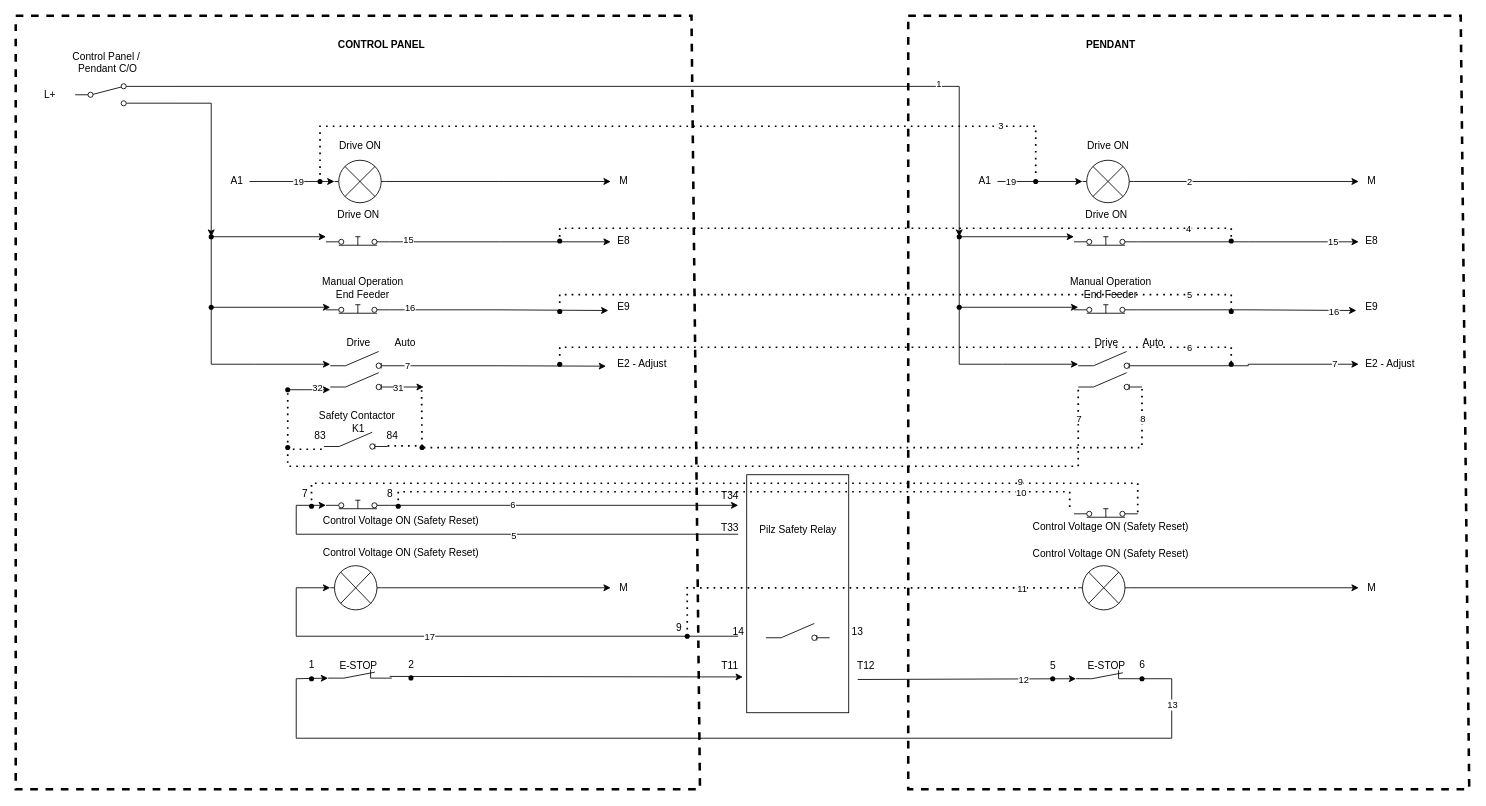
Before: 176 Pendant.drawio in nicholas-carnie/Nicks-files, a draw.io diagram. Source tidied: cells renumbered, new cells numbered last; positions are measured from the earlier drawing's top-left corner, leaving out a move shared by most shapes. Both pictures are drawn from the tidied source at 85%, with x=0, y=0 at pixel (15, 15).
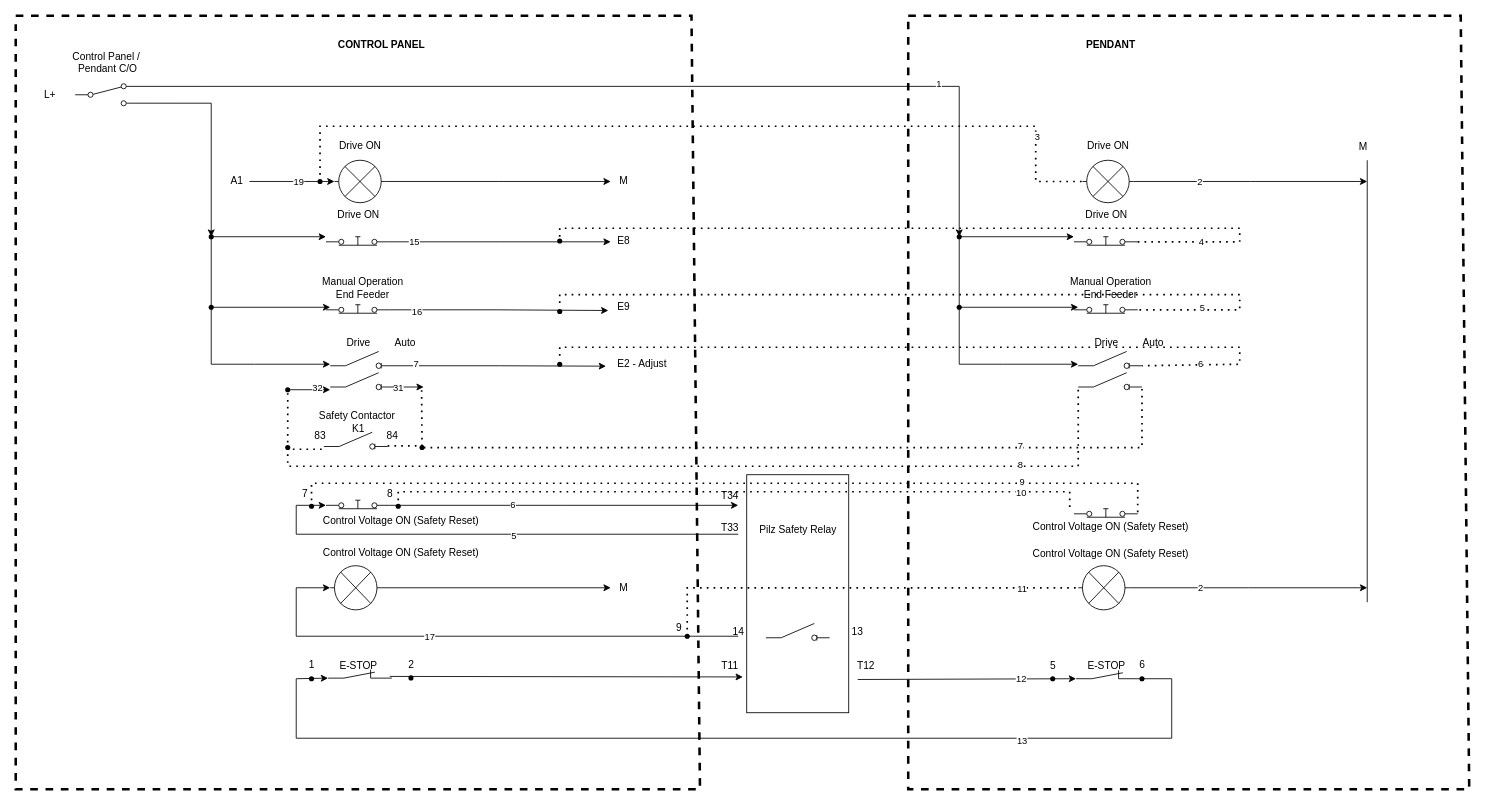
Above is the later version.

Unchanged cells that the change refers to:
```xml
<mxCell id="2" style="edgeStyle=orthogonalEdgeStyle;rounded=0;jettySize=auto;html=1;exitX=1;exitY=0.8;exitDx=0;exitDy=0;" parent="1" edge="1" source="4">
  <mxGeometry relative="1" as="geometry">
    <mxPoint x="700" y="266" as="targetPoint" />
  </mxGeometry>
</mxCell>
<mxCell id="33" style="edgeStyle=orthogonalEdgeStyle;rounded=0;jettySize=auto;html=1;exitX=1;exitY=0.8;exitDx=0;exitDy=0;entryX=0.055;entryY=0.627;entryDx=0;entryDy=0;entryPerimeter=0;" parent="1" edge="1" source="28" target="30">
  <mxGeometry relative="1" as="geometry" />
</mxCell>
<mxCell id="49" style="endArrow=classic;html=1;rounded=0;entryX=0;entryY=1;entryDx=0;entryDy=0;entryPerimeter=0;exitX=1;exitY=1;exitDx=0;exitDy=0;exitPerimeter=0;" parent="1" edge="1" source="91" target="31">
  <mxGeometry relative="1" as="geometry">
    <Array as="points">
      <mxPoint x="1360" y="780" />
      <mxPoint x="1360" y="850" />
      <mxPoint x="330" y="850" />
      <mxPoint x="330" y="780" />
    </Array>
  </mxGeometry>
</mxCell>
<mxCell id="71" style="html=1;shape=mxgraph.electrical.electro-mechanical.pushbutton;elSwitchState=on;" parent="1" vertex="1">
  <mxGeometry x="1245" y="250" width="75" height="20" as="geometry" />
</mxCell>
<mxCell id="86" style="html=1;shape=mxgraph.electrical.electro-mechanical.switchDisconnector;elSwitchState=off;" parent="1" vertex="1">
  <mxGeometry x="1250" y="395" width="75" height="20" as="geometry" />
</mxCell>
<mxCell id="87" style="html=1;shape=mxgraph.electrical.electro-mechanical.switchDisconnector;elSwitchState=off;" parent="1" vertex="1">
  <mxGeometry x="1250" y="420" width="75" height="20" as="geometry" />
</mxCell>
<mxCell id="88" style="html=1;shape=mxgraph.electrical.electro-mechanical.pushbutton;elSwitchState=on;" parent="1" vertex="1">
  <mxGeometry x="1245" y="330" width="75" height="20" as="geometry" />
</mxCell>
<mxCell id="95" style="endArrow=classic;html=1;rounded=0;entryX=0;entryY=1;entryDx=0;entryDy=0;entryPerimeter=0;exitX=0.265;exitY=1.052;exitDx=0;exitDy=0;exitPerimeter=0;" parent="1" edge="1" target="91">
  <mxGeometry relative="1" as="geometry">
    <mxPoint x="990.6" y="780.9" as="sourcePoint" />
  </mxGeometry>
</mxCell>
<mxCell id="99" style="verticalLabelPosition=bottom;shadow=0;dashed=0;align=center;html=1;verticalAlign=top;shape=mxgraph.electrical.miscellaneous.light_bulb;" parent="1" vertex="1">
  <mxGeometry x="1255" y="170" width="60" height="50" as="geometry" />
</mxCell>
<mxCell id="100" style="verticalLabelPosition=bottom;shadow=0;dashed=0;align=center;html=1;verticalAlign=top;shape=mxgraph.electrical.miscellaneous.light_bulb;" parent="1" vertex="1">
  <mxGeometry x="1250" y="647" width="60" height="52" as="geometry" />
</mxCell>
<mxCell id="111" style="shape=waypoint;sketch=0;fillStyle=solid;size=6;points=[];fillColor=none;perimeter=centerPerimeter;snapToPoint=1;" parent="1" vertex="1">
  <mxGeometry x="348" y="185" width="20" height="20" as="geometry" />
</mxCell>
<mxCell id="119" style="endArrow=none;dashed=1;html=1;dashPattern=1 3;strokeWidth=2;rounded=0;entryX=1;entryY=0.8;entryDx=0;entryDy=0;" parent="1" edge="1" target="72">
  <mxGeometry relative="1" as="geometry">
    <mxPoint x="348" y="570" as="sourcePoint" />
    <Array as="points">
      <mxPoint x="348" y="550" />
      <mxPoint x="1138" y="550" />
      <mxPoint x="1320" y="550" />
    </Array>
  </mxGeometry>
</mxCell>
<mxCell id="124" style="edgeStyle=orthogonalEdgeStyle;rounded=0;jettySize=auto;html=1;exitX=1;exitY=0.84;exitDx=0;exitDy=0;entryX=-0.007;entryY=0.576;entryDx=0;entryDy=0;entryPerimeter=0;" parent="1" edge="1" source="24" target="22">
  <mxGeometry relative="1" as="geometry" />
</mxCell>
<mxCell id="154" style="shape=waypoint;sketch=0;fillStyle=solid;size=6;points=[];fillColor=none;perimeter=centerPerimeter;snapToPoint=1;" parent="1" vertex="1">
  <mxGeometry x="310" y="498" width="20" height="20" as="geometry" />
</mxCell>
<mxCell id="156" style="endArrow=none;dashed=1;html=1;dashPattern=1 3;strokeWidth=2;rounded=0;entryX=1;entryY=0.84;entryDx=0;entryDy=0;" parent="1" edge="1" target="87">
  <mxGeometry relative="1" as="geometry">
    <mxPoint x="480" y="508" as="sourcePoint" />
    <Array as="points">
      <mxPoint x="1325" y="508" />
    </Array>
  </mxGeometry>
</mxCell>
```

The edit, as a diff of the source:
```diff
@@
     <mxCell id="3" value="15" style="edgeLabel;html=1;align=center;verticalAlign=middle;" parent="2" vertex="1">
-      <mxGeometry x="-0.84" y="3" relative="1" as="geometry" />
+      <mxGeometry x="-0.84" y="3" relative="1" as="geometry">
+        <mxPoint x="7" y="2" as="offset" />
+      </mxGeometry>
     </mxCell>
@@
     <mxCell id="34" value="16" style="edgeLabel;html=1;align=center;verticalAlign=middle;" parent="33" vertex="1">
       <mxGeometry x="-0.83" y="3" relative="1" as="geometry">
-        <mxPoint x="1" as="offset" />
+        <mxPoint x="9" y="5" as="offset" />
       </mxGeometry>
     </mxCell>
@@
     <mxCell id="50" value="13" style="edgeLabel;html=1;align=center;verticalAlign=middle;" parent="49" vertex="1">
-      <mxGeometry x="-0.89" relative="1" as="geometry" />
+      <mxGeometry x="-0.89" relative="1" as="geometry">
+        <mxPoint x="-177" y="42" as="offset" />
+      </mxGeometry>
     </mxCell>
@@
-    <mxCell id="69" style="edgeStyle=orthogonalEdgeStyle;rounded=0;jettySize=auto;html=1;exitX=1;exitY=0.8;exitDx=0;exitDy=0;" parent="1" edge="1" source="71">
-      <mxGeometry relative="1" as="geometry">
-        <mxPoint x="1580" y="266" as="targetPoint" />
-      </mxGeometry>
-    </mxCell>
-    <mxCell id="70" value="15" style="edgeLabel;html=1;align=center;verticalAlign=middle;" parent="69" vertex="1">
-      <mxGeometry x="-0.84" y="3" relative="1" as="geometry">
-        <mxPoint x="208" y="2" as="offset" />
-      </mxGeometry>
-    </mxCell>
@@
-    <mxCell id="81" value="E8" style="text;html=1;align=center;verticalAlign=middle;strokeColor=none;fillColor=none;" parent="1" vertex="1">
-      <mxGeometry x="1575" y="250" width="40" height="30" as="geometry" />
-    </mxCell>
-    <mxCell id="82" value="&amp;nbsp;E2 - Adjust" style="text;html=1;align=center;verticalAlign=middle;strokeColor=none;fillColor=none;" parent="1" vertex="1">
-      <mxGeometry x="1575" y="395" width="80" height="30" as="geometry" />
-    </mxCell>
@@
-    <mxCell id="84" style="edgeStyle=orthogonalEdgeStyle;rounded=0;jettySize=auto;html=1;exitX=1;exitY=0.84;exitDx=0;exitDy=0;" parent="1" edge="1" source="86">
-      <mxGeometry relative="1" as="geometry">
-        <mxPoint x="1580" y="410" as="targetPoint" />
-        <Array as="points">
-          <mxPoint x="1450" y="412" />
-          <mxPoint x="1450" y="410" />
-          <mxPoint x="1576" y="410" />
-        </Array>
-      </mxGeometry>
-    </mxCell>
-    <mxCell id="85" value="7" style="edgeLabel;html=1;align=center;verticalAlign=middle;" parent="84" vertex="1">
-      <mxGeometry x="-0.9" y="3" relative="1" as="geometry">
-        <mxPoint x="213" y="1" as="offset" />
-      </mxGeometry>
-    </mxCell>
@@
-    <mxCell id="90" value="E9" style="text;html=1;align=center;verticalAlign=middle;points=[];strokeColor=none;fillColor=none;" parent="1" vertex="1">
-      <mxGeometry x="1575" y="328" width="40" height="30" as="geometry" />
-    </mxCell>
@@
-    <mxCell id="93" style="edgeStyle=orthogonalEdgeStyle;rounded=0;jettySize=auto;html=1;exitX=1;exitY=0.8;exitDx=0;exitDy=0;entryX=0.055;entryY=0.627;entryDx=0;entryDy=0;entryPerimeter=0;" parent="1" edge="1" source="88" target="90">
-      <mxGeometry relative="1" as="geometry" />
-    </mxCell>
-    <mxCell id="94" value="16" style="edgeLabel;html=1;align=center;verticalAlign=middle;" parent="93" vertex="1">
-      <mxGeometry x="-0.83" y="3" relative="1" as="geometry">
-        <mxPoint x="208" y="5" as="offset" />
-      </mxGeometry>
-    </mxCell>
@@
     <mxCell id="96" value="12" style="edgeLabel;html=1;align=center;verticalAlign=middle;" parent="95" vertex="1">
-      <mxGeometry x="0.52" relative="1" as="geometry" />
+      <mxGeometry x="0.52" relative="1" as="geometry">
+        <mxPoint x="-3" y="-1" as="offset" />
+      </mxGeometry>
     </mxCell>
     <mxCell id="97" style="edgeStyle=orthogonalEdgeStyle;rounded=0;jettySize=auto;html=1;exitX=1;exitY=0.5;exitDx=0;exitDy=0;exitPerimeter=0;" parent="1" edge="1" source="99">
       <mxGeometry relative="1" as="geometry">
-        <mxPoint x="1580" y="195" as="targetPoint" />
+        <mxPoint x="1590" y="195" as="targetPoint" />
       </mxGeometry>
     </mxCell>
     <mxCell id="98" value="2" style="edgeLabel;html=1;align=center;verticalAlign=middle;" parent="97" vertex="1">
       <mxGeometry x="0.38" y="1" relative="1" as="geometry">
-        <mxPoint x="-117" y="1" as="offset" />
+        <mxPoint x="-112" y="1" as="offset" />
       </mxGeometry>
     </mxCell>
@@
-    <mxCell id="103" style="endArrow=classic;html=1;rounded=0;entryX=0;entryY=0.5;entryDx=0;entryDy=0;entryPerimeter=0;" parent="1" edge="1" target="99">
-      <mxGeometry relative="1" as="geometry">
-        <mxPoint x="1155" y="195" as="sourcePoint" />
-      </mxGeometry>
-    </mxCell>
-    <mxCell id="104" value="19" style="edgeLabel;html=1;align=center;verticalAlign=middle;" parent="103" vertex="1">
-      <mxGeometry x="0.15" relative="1" as="geometry">
-        <mxPoint x="-42" as="offset" />
-      </mxGeometry>
-    </mxCell>
-    <mxCell id="105" value="A1" style="text;html=1;align=center;verticalAlign=middle;strokeColor=none;fillColor=none;" parent="1" vertex="1">
-      <mxGeometry x="1120" y="180" width="40" height="30" as="geometry" />
-    </mxCell>
-    <mxCell id="106" style="edgeStyle=orthogonalEdgeStyle;rounded=0;jettySize=auto;html=1;exitX=1;exitY=0.5;exitDx=0;exitDy=0;exitPerimeter=0;entryX=0;entryY=0.5;entryDx=0;entryDy=0;entryPerimeter=0;" parent="1" edge="1" source="100" target="107">
-      <mxGeometry relative="1" as="geometry" />
+    <mxCell id="106" style="edgeStyle=orthogonalEdgeStyle;rounded=0;jettySize=auto;html=1;exitX=1;exitY=0.5;exitDx=0;exitDy=0;exitPerimeter=0;" parent="1" edge="1" source="100">
+      <mxGeometry relative="1" as="geometry">
+        <mxPoint x="1590" y="673" as="targetPoint" />
+      </mxGeometry>
     </mxCell>
-    <mxCell id="107" value="M" style="text;html=1;align=center;verticalAlign=middle;points=[];strokeColor=none;fillColor=none;" parent="1" vertex="1">
-      <mxGeometry x="1580" y="658" width="30" height="30" as="geometry" />
-    </mxCell>
+    <mxCell id="161" value="2" style="edgeLabel;html=1;align=center;verticalAlign=middle;" parent="106" vertex="1">
+      <mxGeometry x="-0.41" y="1" relative="1" as="geometry" />
+    </mxCell>
     <mxCell id="108" value="M" style="text;html=1;align=center;verticalAlign=middle;strokeColor=none;fillColor=none;" parent="1" vertex="1">
-      <mxGeometry x="1580" y="180" width="30" height="30" as="geometry" />
+      <mxGeometry x="1570" y="140" width="30" height="30" as="geometry" />
     </mxCell>
-    <mxCell id="109" style="endArrow=none;dashed=1;html=1;dashPattern=1 3;strokeWidth=2;rounded=0;exitX=0.5;exitY=0.25;exitDx=0;exitDy=0;exitPerimeter=0;" parent="1" edge="1" source="111">
+    <mxCell id="109" style="endArrow=none;dashed=1;html=1;dashPattern=1 3;strokeWidth=2;rounded=0;exitX=0.5;exitY=0.25;exitDx=0;exitDy=0;exitPerimeter=0;entryX=0;entryY=0.5;entryDx=0;entryDy=0;entryPerimeter=0;" parent="1" edge="1" source="111" target="99">
       <mxGeometry relative="1" as="geometry">
-        <mxPoint x="1200" y="190" as="targetPoint" />
         <Array as="points">
           <mxPoint x="358" y="130" />
           <mxPoint x="1200" y="130" />
+          <mxPoint x="1200" y="195" />
         </Array>
       </mxGeometry>
     </mxCell>
@@
     <mxCell id="120" value="9" style="edgeLabel;html=1;align=center;verticalAlign=middle;" parent="119" vertex="1">
-      <mxGeometry x="0.66" y="3" relative="1" as="geometry" />
+      <mxGeometry x="0.66" y="3" relative="1" as="geometry">
+        <mxPoint x="2" y="1" as="offset" />
+      </mxGeometry>
     </mxCell>
@@
     <mxCell id="125" value="7" style="edgeLabel;html=1;align=center;verticalAlign=middle;" parent="124" vertex="1">
-      <mxGeometry x="-0.88" relative="1" as="geometry" />
+      <mxGeometry x="-0.88" relative="1" as="geometry">
+        <mxPoint x="10" y="-2" as="offset" />
+      </mxGeometry>
     </mxCell>
@@
-    <mxCell id="128" style="shape=waypoint;sketch=0;fillStyle=solid;size=6;fillColor=none;perimeter=centerPerimeter;" parent="1" vertex="1">
-      <mxGeometry x="1190" y="185" width="20" height="20" as="geometry" />
-    </mxCell>
-    <mxCell id="129" style="endArrow=none;dashed=1;html=1;dashPattern=1 3;strokeWidth=2;rounded=0;" parent="1" edge="1" target="135">
+    <mxCell id="129" style="endArrow=none;dashed=1;html=1;dashPattern=1 3;strokeWidth=2;rounded=0;entryX=1;entryY=0.8;entryDx=0;entryDy=0;" parent="1" edge="1" target="71">
       <mxGeometry relative="1" as="geometry">
         <mxPoint x="640" y="260" as="sourcePoint" />
         <Array as="points">
           <mxPoint x="640" y="250" />
-          <mxPoint x="1430" y="250" />
+          <mxPoint x="1440" y="250" />
+          <mxPoint x="1440" y="266" />
         </Array>
       </mxGeometry>
     </mxCell>
     <mxCell id="130" value="4" style="edgeLabel;html=1;align=center;verticalAlign=middle;" parent="129" vertex="1">
       <mxGeometry x="0.82" y="1" relative="1" as="geometry">
-        <mxPoint x="7" y="1" as="offset" />
+        <mxPoint x="-11" y="-2" as="offset" />
       </mxGeometry>
     </mxCell>
-    <mxCell id="131" style="endArrow=none;dashed=1;html=1;dashPattern=1 3;strokeWidth=2;rounded=0;" parent="1" edge="1" target="136">
+    <mxCell id="131" style="endArrow=none;dashed=1;html=1;dashPattern=1 3;strokeWidth=2;rounded=0;entryX=1;entryY=0.8;entryDx=0;entryDy=0;" parent="1" edge="1" target="88">
       <mxGeometry relative="1" as="geometry">
         <mxPoint x="640" y="338" as="sourcePoint" />
         <Array as="points">
           <mxPoint x="640" y="328" />
-          <mxPoint x="1430" y="328" />
+          <mxPoint x="1440" y="328" />
+          <mxPoint x="1440" y="346" />
         </Array>
       </mxGeometry>
     </mxCell>
     <mxCell id="132" value="5" style="edgeLabel;html=1;align=center;verticalAlign=middle;" parent="131" vertex="1">
-      <mxGeometry x="0.83" relative="1" as="geometry" />
+      <mxGeometry x="0.83" relative="1" as="geometry">
+        <mxPoint x="-6" y="-3" as="offset" />
+      </mxGeometry>
     </mxCell>
-    <mxCell id="133" style="endArrow=none;dashed=1;html=1;dashPattern=1 3;strokeWidth=2;rounded=0;" parent="1" edge="1" target="137">
+    <mxCell id="133" style="endArrow=none;dashed=1;html=1;dashPattern=1 3;strokeWidth=2;rounded=0;entryX=1;entryY=0.84;entryDx=0;entryDy=0;" parent="1" edge="1" target="86">
       <mxGeometry relative="1" as="geometry">
         <mxPoint x="640" y="400" as="sourcePoint" />
         <Array as="points">
           <mxPoint x="640" y="390" />
-          <mxPoint x="1430" y="390" />
+          <mxPoint x="1440" y="390" />
+          <mxPoint x="1440" y="410" />
         </Array>
       </mxGeometry>
     </mxCell>
     <mxCell id="134" value="6" style="edgeLabel;html=1;align=center;verticalAlign=middle;" parent="133" vertex="1">
       <mxGeometry x="0.84" relative="1" as="geometry">
-        <mxPoint x="-4" as="offset" />
+        <mxPoint x="-8" y="-1" as="offset" />
       </mxGeometry>
     </mxCell>
-    <mxCell id="135" style="shape=waypoint;sketch=0;fillStyle=solid;size=6;points=[];fillColor=none;perimeter=centerPerimeter;snapToPoint=1;" parent="1" vertex="1">
-      <mxGeometry x="1420" y="255" width="20" height="20" as="geometry" />
-    </mxCell>
-    <mxCell id="136" style="shape=waypoint;sketch=0;fillStyle=solid;size=6;points=[];fillColor=none;perimeter=centerPerimeter;snapToPoint=1;" parent="1" vertex="1">
-      <mxGeometry x="1420" y="338" width="20" height="20" as="geometry" />
-    </mxCell>
-    <mxCell id="137" style="shape=waypoint;sketch=0;fillStyle=solid;size=6;points=[];fillColor=none;perimeter=centerPerimeter;snapToPoint=1;" parent="1" vertex="1">
-      <mxGeometry x="1420" y="400" width="20" height="20" as="geometry" />
-    </mxCell>
@@
+    <mxCell id="162" value="7" style="edgeLabel;html=1;align=center;verticalAlign=middle;" parent="156" vertex="1">
+      <mxGeometry x="0.53" y="3" relative="1" as="geometry" />
+    </mxCell>
+    <mxCell id="158" style="endArrow=none;dashed=1;html=1;dashPattern=1 3;strokeWidth=2;rounded=0;exitX=0.441;exitY=0.981;exitDx=0;exitDy=0;exitPerimeter=0;entryX=0;entryY=0.84;entryDx=0;entryDy=0;" parent="1" edge="1" source="154" target="87">
+      <mxGeometry relative="1" as="geometry">
+        <Array as="points">
+          <mxPoint x="320" y="530" />
+          <mxPoint x="440" y="530" />
+          <mxPoint x="1250" y="530" />
+        </Array>
+      </mxGeometry>
+    </mxCell>
-    <mxCell id="157" value="8" style="edgeLabel;html=1;align=center;verticalAlign=middle;" parent="156" vertex="1">
-      <mxGeometry x="0.92" relative="1" as="geometry" />
+    <mxCell id="157" value="8" style="edgeLabel;html=1;align=center;verticalAlign=middle;" parent="158" vertex="1">
+      <mxGeometry x="0.69" y="2" relative="1" as="geometry" />
     </mxCell>
-    <mxCell id="158" style="endArrow=none;dashed=1;html=1;dashPattern=1 3;strokeWidth=2;rounded=0;exitX=0.441;exitY=0.981;exitDx=0;exitDy=0;exitPerimeter=0;entryX=0;entryY=0.84;entryDx=0;entryDy=0;" parent="1" edge="1" source="154" target="87">
-      <mxGeometry relative="1" as="geometry">
-        <Array as="points">
-          <mxPoint x="320" y="530" />
-          <mxPoint x="440" y="530" />
-          <mxPoint x="1250" y="530" />
-        </Array>
-      </mxGeometry>
-    </mxCell>
-    <mxCell id="159" value="7" style="edgeLabel;html=1;align=center;verticalAlign=middle;" parent="158" vertex="1">
-      <mxGeometry x="0.93" relative="1" as="geometry" />
-    </mxCell>
@@
+    <mxCell id="163" style="endArrow=none;html=1;rounded=0;" parent="1" edge="1">
+      <mxGeometry relative="1" as="geometry">
+        <mxPoint x="1590" y="690" as="sourcePoint" />
+        <mxPoint x="1590" y="170" as="targetPoint" />
+      </mxGeometry>
+    </mxCell>
```
